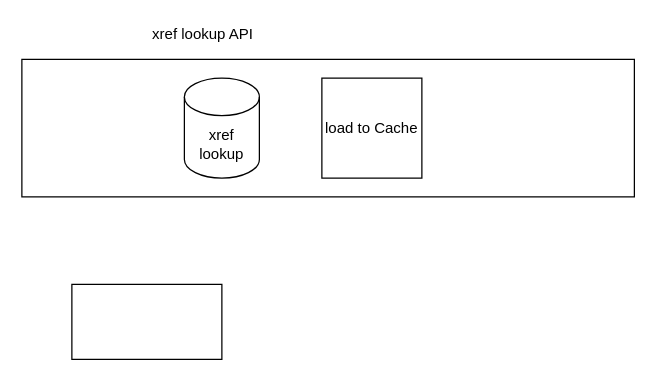
The draw.io diagram xref.drawio in sreeleshn/blog, before the edit. Source tidied: cells renumbered, new cells numbered last; positions are measured from the earlier drawing's top-left corner, leaving out a move shared by most shapes. Both pictures are drawn from the tidied source at 125%, with x=0, y=0 at pixel (21, 21).
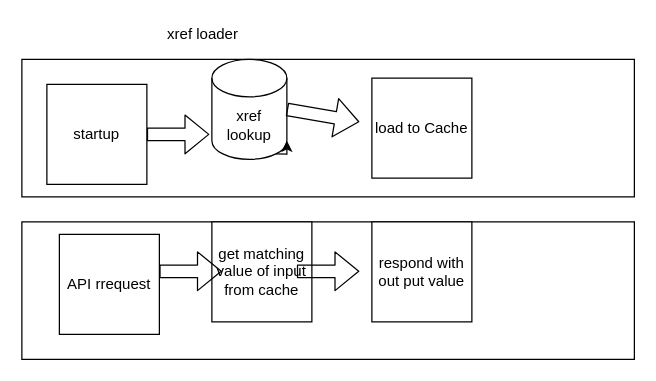
The same diagram, later.

Change to the diagram source:
```diff
@@
 <mxGraphModel>
   <root>
     <mxCell id="0" />
     <mxCell id="1" parent="0" />
     <mxCell id="2" style="rounded=0;whiteSpace=wrap;html=1;" parent="1" vertex="1">
       <mxGeometry y="30" width="490" height="110" as="geometry" />
     </mxCell>
-    <mxCell id="3" style="rounded=0;whiteSpace=wrap;html=1;" parent="1" vertex="1">
-      <mxGeometry x="40" y="210" width="120" height="60" as="geometry" />
-    </mxCell>
-    <mxCell id="4" value="xref lookup API" style="text;html=1;strokeColor=none;fillColor=none;align=center;verticalAlign=middle;whiteSpace=wrap;rounded=0;" parent="1" vertex="1">
+    <mxCell id="4" value="xref loader" style="text;html=1;strokeColor=none;fillColor=none;align=center;verticalAlign=middle;whiteSpace=wrap;rounded=0;" parent="1" vertex="1">
       <mxGeometry x="100" width="90" height="20" as="geometry" />
     </mxCell>
     <mxCell id="5" value="xref lookup" style="shape=cylinder3;whiteSpace=wrap;html=1;boundedLbl=1;backgroundOutline=1;size=15;" parent="1" vertex="1">
-      <mxGeometry x="130" y="45" width="60" height="80" as="geometry" />
+      <mxGeometry x="152" y="30" width="60" height="80" as="geometry" />
     </mxCell>
     <mxCell id="6" value="load to Cache" style="whiteSpace=wrap;html=1;" parent="1" vertex="1">
-      <mxGeometry x="240" y="45" width="80" height="80" as="geometry" />
+      <mxGeometry x="280" y="45" width="80" height="80" as="geometry" />
     </mxCell>
+    <mxCell id="7" value="startup" style="whiteSpace=wrap;html=1;" parent="1" vertex="1">
+      <mxGeometry x="20" y="50" width="80" height="80" as="geometry" />
+    </mxCell>
+    <mxCell id="8" style="shape=flexArrow;endArrow=classic;html=1;exitX=1;exitY=0.5;exitDx=0;exitDy=0;" parent="1" edge="1" source="7">
+      <mxGeometry relative="1" as="geometry">
+        <mxPoint x="150" y="90" as="targetPoint" />
+      </mxGeometry>
+    </mxCell>
+    <mxCell id="9" style="edgeStyle=orthogonalEdgeStyle;rounded=0;orthogonalLoop=1;jettySize=auto;html=1;exitX=0.855;exitY=1;exitDx=0;exitDy=-4.35;exitPerimeter=0;entryX=1;entryY=1;entryDx=0;entryDy=-15;entryPerimeter=0;" parent="1" edge="1" source="5" target="5">
+      <mxGeometry relative="1" as="geometry" />
+    </mxCell>
+    <mxCell id="10" style="shape=flexArrow;endArrow=classic;html=1;exitX=1;exitY=0.5;exitDx=0;exitDy=0;exitPerimeter=0;" parent="1" edge="1" source="5">
+      <mxGeometry relative="1" as="geometry">
+        <mxPoint x="270" y="80" as="targetPoint" />
+      </mxGeometry>
+    </mxCell>
+    <mxCell id="11" style="rounded=0;whiteSpace=wrap;html=1;" parent="1" vertex="1">
+      <mxGeometry y="160" width="490" height="110" as="geometry" />
+    </mxCell>
+    <mxCell id="12" value="API rrequest" style="whiteSpace=wrap;html=1;" parent="1" vertex="1">
+      <mxGeometry x="30" y="170" width="80" height="80" as="geometry" />
+    </mxCell>
+    <mxCell id="13" value="get matching value of input from cache" style="whiteSpace=wrap;html=1;" parent="1" vertex="1">
+      <mxGeometry x="152" y="160" width="80" height="80" as="geometry" />
+    </mxCell>
+    <mxCell id="14" value="respond with out put value" style="whiteSpace=wrap;html=1;" parent="1" vertex="1">
+      <mxGeometry x="280" y="160" width="80" height="80" as="geometry" />
+    </mxCell>
+    <mxCell id="15" style="shape=flexArrow;endArrow=classic;html=1;exitX=1;exitY=0.5;exitDx=0;exitDy=0;" parent="1" edge="1">
+      <mxGeometry relative="1" as="geometry">
+        <mxPoint x="110" y="199.5" as="sourcePoint" />
+        <mxPoint x="160" y="199.5" as="targetPoint" />
+      </mxGeometry>
+    </mxCell>
+    <mxCell id="16" style="shape=flexArrow;endArrow=classic;html=1;exitX=1;exitY=0.5;exitDx=0;exitDy=0;" parent="1" edge="1">
+      <mxGeometry relative="1" as="geometry">
+        <mxPoint x="220" y="199.5" as="sourcePoint" />
+        <mxPoint x="270" y="199.5" as="targetPoint" />
+      </mxGeometry>
+    </mxCell>
   </root>
 </mxGraphModel>
```
